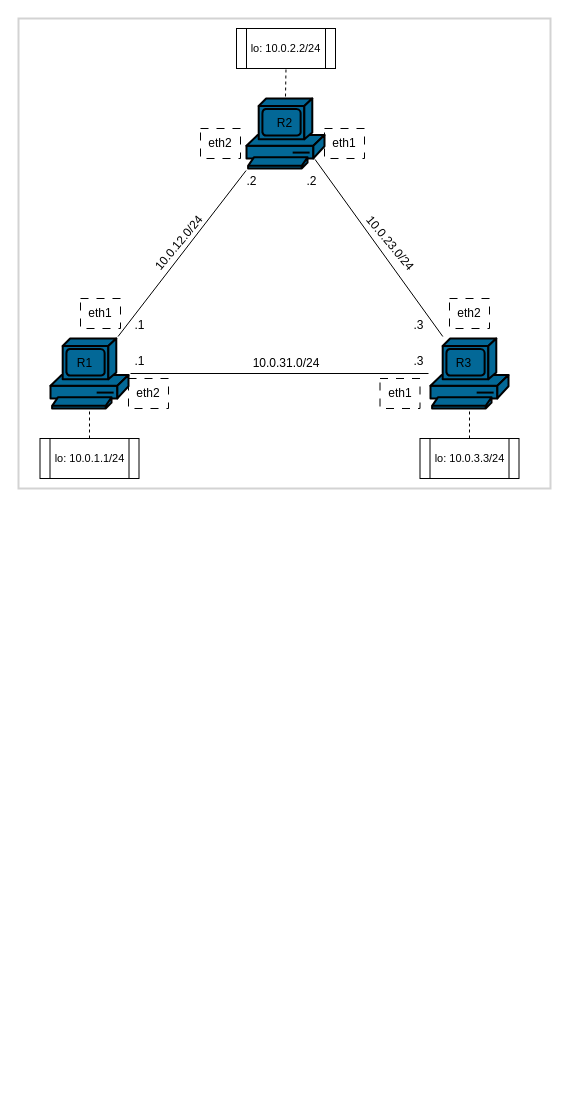
Before: 07_StaticRouting/Attached_materials/07_StaticRouting.drawio in UsamG1t/Nets_ASVK_Labs, a draw.io diagram. Source tidied: cells renumbered, new cells numbered last; positions are measured from the earlier drawing's top-left corner, leaving out a move shared by most shapes. Both pictures are drawn from the tidied source at 100%, with x=0, y=0 at pixel (18, 18).
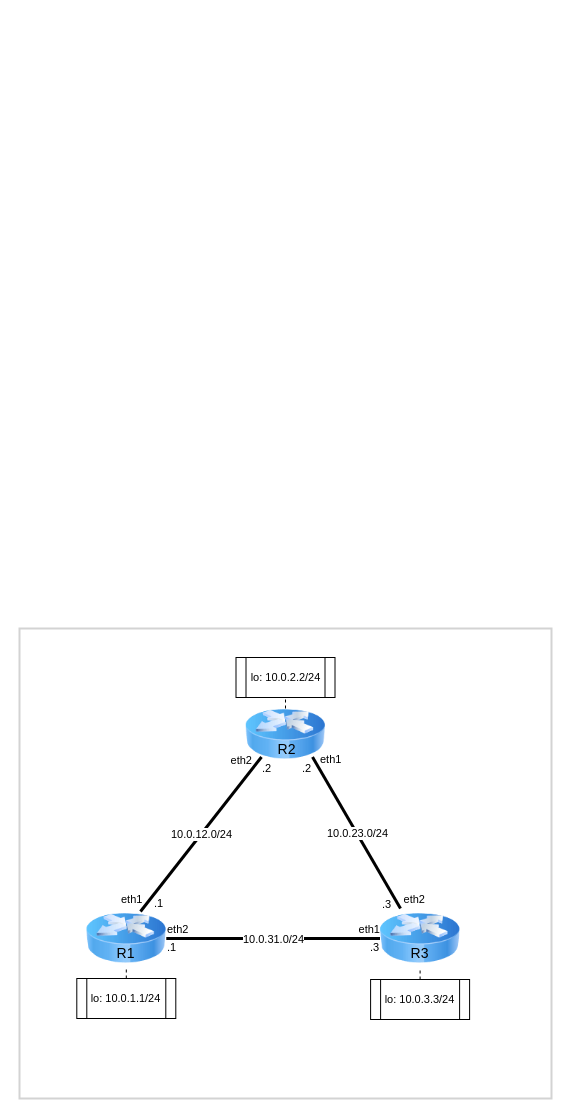
The same diagram, later.

Change to the diagram source:
```diff
@@
-    <mxCell id="2" style="rounded=0;whiteSpace=wrap;html=1;fillColor=#FFFFFF;strokeColor=#d3d3d3;strokeWidth=2;fontColor=#000000;" parent="1" vertex="1">
-      <mxGeometry width="532" height="470" as="geometry" />
-    </mxCell>
-    <mxCell id="3" style="shape=mxgraph.cisco.computers_and_peripherals.pc;html=1;dashed=0;fillColor=#036897;strokeColor=#000000;strokeWidth=2;verticalLabelPosition=bottom;verticalAlign=top;align=center;outlineConnect=0;perimeterSpacing=2;" parent="1" vertex="1">
-      <mxGeometry x="412" y="320" width="78" height="70" as="geometry" />
-    </mxCell>
-    <mxCell id="4" style="shape=mxgraph.cisco.computers_and_peripherals.pc;html=1;dashed=0;fillColor=#036897;strokeColor=#000000;strokeWidth=2;verticalLabelPosition=bottom;verticalAlign=top;align=center;outlineConnect=0;gradientColor=none;shadow=0;perimeterSpacing=2;" parent="1" vertex="1">
-      <mxGeometry x="228" y="80" width="78" height="70" as="geometry" />
-    </mxCell>
-    <mxCell id="5" style="shape=mxgraph.cisco.computers_and_peripherals.pc;html=1;dashed=0;fillColor=#036897;strokeColor=#000000;strokeWidth=2;verticalLabelPosition=bottom;verticalAlign=top;align=center;outlineConnect=0;perimeterSpacing=2;" parent="1" vertex="1">
-      <mxGeometry x="32" y="320" width="78" height="70" as="geometry" />
-    </mxCell>
-    <mxCell id="6" style="endArrow=none;html=1;rounded=0;entryX=0.02;entryY=1;entryDx=0;entryDy=0;entryPerimeter=0;strokeColor=#000000;" parent="1" edge="1" source="5" target="4">
-      <mxGeometry relative="1" as="geometry" />
-    </mxCell>
-    <mxCell id="7" style="endArrow=none;html=1;rounded=0;strokeColor=#000000;" parent="1" edge="1" source="5" target="3">
-      <mxGeometry relative="1" as="geometry" />
-    </mxCell>
-    <mxCell id="8" style="endArrow=none;html=1;rounded=0;entryX=0.86;entryY=0.85;entryDx=0;entryDy=0;entryPerimeter=0;strokeColor=#000000;" parent="1" edge="1" source="3" target="4">
-      <mxGeometry relative="1" as="geometry" />
-    </mxCell>
+    <mxCell id="33" style="rounded=0;whiteSpace=wrap;html=1;fillColor=#FFFFFF;strokeColor=#d3d3d3;strokeWidth=2;fontColor=#000000;" parent="1" vertex="1">
+      <mxGeometry x="1" y="610" width="532" height="470" as="geometry" />
+    </mxCell>
+    <mxCell id="11" value="&lt;font style=&quot;font-size: 11px;&quot;&gt;lo: 10.0.2.2/24&lt;/font&gt;" style="shape=process;whiteSpace=wrap;html=1;backgroundOutline=1;strokeColor=#000000;fontColor=#000000;fillColor=none;" parent="1" vertex="1">
+      <mxGeometry x="217.5" y="639" width="99" height="40" as="geometry" />
+    </mxCell>
     <mxCell id="9" value="&lt;font style=&quot;font-size: 11px;&quot;&gt;lo: 10.0.1.1/24&lt;/font&gt;" style="shape=process;whiteSpace=wrap;html=1;backgroundOutline=1;strokeColor=#000000;fontColor=#000000;fillColor=none;" parent="1" vertex="1">
-      <mxGeometry x="21.5" y="420" width="99" height="40" as="geometry" />
+      <mxGeometry x="58.3" y="960" width="99" height="40" as="geometry" />
     </mxCell>
     <mxCell id="10" value="&lt;font style=&quot;font-size: 11px;&quot;&gt;lo: 10.0.3.3/24&lt;/font&gt;" style="shape=process;whiteSpace=wrap;html=1;backgroundOutline=1;strokeColor=#000000;fontColor=#000000;fillColor=none;" parent="1" vertex="1">
-      <mxGeometry x="401.5" y="420" width="99" height="40" as="geometry" />
+      <mxGeometry x="352.1" y="961" width="99" height="40" as="geometry" />
     </mxCell>
-    <mxCell id="11" value="&lt;font style=&quot;font-size: 11px;&quot;&gt;lo: 10.0.2.2/24&lt;/font&gt;" style="shape=process;whiteSpace=wrap;html=1;backgroundOutline=1;strokeColor=#000000;fontColor=#000000;fillColor=none;" parent="1" vertex="1">
-      <mxGeometry x="218" y="10" width="99" height="40" as="geometry" />
-    </mxCell>
-    <mxCell id="12" style="endArrow=none;dashed=1;html=1;rounded=0;exitX=0.5;exitY=0;exitDx=0;exitDy=0;entryX=0.5;entryY=1;entryDx=0;entryDy=0;entryPerimeter=0;strokeColor=#000000;" parent="1" edge="1" source="10" target="3">
-      <mxGeometry relative="1" as="geometry" />
-    </mxCell>
-    <mxCell id="13" style="endArrow=none;dashed=1;html=1;rounded=0;exitX=0.5;exitY=0;exitDx=0;exitDy=0;entryX=0.5;entryY=1;entryDx=0;entryDy=0;entryPerimeter=0;strokeColor=#000000;" parent="1" edge="1" source="9" target="5">
-      <mxGeometry relative="1" as="geometry" />
-    </mxCell>
-    <mxCell id="14" style="endArrow=none;dashed=1;html=1;rounded=0;exitX=0.5;exitY=0;exitDx=0;exitDy=0;entryX=0.5;entryY=1;entryDx=0;entryDy=0;exitPerimeter=0;strokeColor=#000000;" parent="1" edge="1" source="4" target="11">
-      <mxGeometry relative="1" as="geometry" />
-    </mxCell>
-    <mxCell id="15" value="eth1" style="rounded=0;whiteSpace=wrap;html=1;dashed=1;dashPattern=8 8;strokeColor=#000000;fontColor=#000000;fillColor=none;" parent="1" vertex="1">
-      <mxGeometry x="62" y="280" width="40" height="30" as="geometry" />
-    </mxCell>
-    <mxCell id="16" value="eth1" style="rounded=0;whiteSpace=wrap;html=1;dashed=1;dashPattern=8 8;strokeColor=#000000;fontColor=#000000;fillColor=none;" parent="1" vertex="1">
-      <mxGeometry x="306" y="110" width="40" height="30" as="geometry" />
-    </mxCell>
-    <mxCell id="17" value="eth1" style="rounded=0;whiteSpace=wrap;html=1;dashed=1;dashPattern=8 8;strokeColor=#000000;fontColor=#000000;fillColor=none;" parent="1" vertex="1">
-      <mxGeometry x="361.5" y="360" width="40" height="30" as="geometry" />
-    </mxCell>
-    <mxCell id="18" value="eth2" style="rounded=0;whiteSpace=wrap;html=1;dashed=1;dashPattern=8 8;strokeColor=#000000;fontColor=#000000;fillColor=none;" parent="1" vertex="1">
-      <mxGeometry x="110" y="360" width="40" height="30" as="geometry" />
-    </mxCell>
-    <mxCell id="19" value="eth2" style="rounded=0;whiteSpace=wrap;html=1;dashed=1;dashPattern=8 8;strokeColor=#000000;fontColor=#000000;fillColor=none;" parent="1" vertex="1">
-      <mxGeometry x="182" y="110" width="40" height="30" as="geometry" />
-    </mxCell>
-    <mxCell id="20" value="eth2" style="rounded=0;whiteSpace=wrap;html=1;dashed=1;dashPattern=8 8;strokeColor=#000000;fontColor=#000000;fillColor=none;" parent="1" vertex="1">
-      <mxGeometry x="431" y="280" width="40" height="30" as="geometry" />
-    </mxCell>
-    <mxCell id="21" value="10.0.12.0/24" style="text;html=1;align=center;verticalAlign=middle;whiteSpace=wrap;rounded=0;rotation=-50;strokeColor=none;fontColor=#000000;fillColor=none;" parent="1" vertex="1">
-      <mxGeometry x="120.5" y="210" width="80" height="30" as="geometry" />
-    </mxCell>
-    <mxCell id="22" value="10.0.23.0/24" style="text;html=1;align=center;verticalAlign=middle;whiteSpace=wrap;rounded=0;rotation=50;strokeColor=none;fontColor=#000000;fillColor=none;" parent="1" vertex="1">
-      <mxGeometry x="332" y="210" width="80" height="30" as="geometry" />
-    </mxCell>
-    <mxCell id="23" value="10.0.31.0/24" style="text;html=1;align=center;verticalAlign=middle;whiteSpace=wrap;rounded=0;rotation=0;strokeColor=none;fontColor=#000000;fillColor=none;" parent="1" vertex="1">
-      <mxGeometry x="227.5" y="330" width="80" height="30" as="geometry" />
-    </mxCell>
-    <mxCell id="24" value=".1" style="text;html=1;align=center;verticalAlign=middle;whiteSpace=wrap;rounded=0;rotation=0;strokeColor=none;fontColor=#000000;fillColor=none;" parent="1" vertex="1">
-      <mxGeometry x="110" y="330" width="22.8" height="25.3" as="geometry" />
-    </mxCell>
-    <mxCell id="25" value=".1" style="text;html=1;align=center;verticalAlign=middle;whiteSpace=wrap;rounded=0;rotation=0;strokeColor=none;fontColor=#000000;fillColor=none;" parent="1" vertex="1">
-      <mxGeometry x="110" y="294.7" width="22.8" height="25.3" as="geometry" />
-    </mxCell>
-    <mxCell id="26" value=".2" style="text;html=1;align=center;verticalAlign=middle;whiteSpace=wrap;rounded=0;rotation=0;strokeColor=none;fontColor=#000000;fillColor=none;" parent="1" vertex="1">
-      <mxGeometry x="222" y="150" width="22.8" height="25.3" as="geometry" />
-    </mxCell>
-    <mxCell id="27" value=".2" style="text;html=1;align=center;verticalAlign=middle;whiteSpace=wrap;rounded=0;rotation=0;strokeColor=none;fontColor=#000000;fillColor=none;" parent="1" vertex="1">
-      <mxGeometry x="282" y="150" width="22.8" height="25.3" as="geometry" />
-    </mxCell>
-    <mxCell id="28" value=".3" style="text;html=1;align=center;verticalAlign=middle;whiteSpace=wrap;rounded=0;rotation=0;strokeColor=none;fontColor=#000000;fillColor=none;" parent="1" vertex="1">
-      <mxGeometry x="389.2" y="330" width="22.8" height="25.3" as="geometry" />
-    </mxCell>
-    <mxCell id="29" value=".3" style="text;html=1;align=center;verticalAlign=middle;whiteSpace=wrap;rounded=0;rotation=0;strokeColor=none;fontColor=#000000;fillColor=none;" parent="1" vertex="1">
-      <mxGeometry x="389.2" y="294.7" width="22.8" height="25.3" as="geometry" />
-    </mxCell>
+    <mxCell id="34" style="image;html=1;image=img/lib/clip_art/networking/Router_Icon_128x128.png;" parent="1" vertex="1">
+      <mxGeometry x="227" y="676" width="80" height="80" as="geometry" />
+    </mxCell>
+    <mxCell id="35" style="image;html=1;image=img/lib/clip_art/networking/Router_Icon_128x128.png;" parent="1" vertex="1">
+      <mxGeometry x="67.8" y="880" width="80" height="80" as="geometry" />
+    </mxCell>
+    <mxCell id="36" style="image;html=1;image=img/lib/clip_art/networking/Router_Icon_128x128.png;" parent="1" vertex="1">
+      <mxGeometry x="361.5" y="880" width="80" height="80" as="geometry" />
+    </mxCell>
-    <mxCell id="30" value="R1" style="text;html=1;align=center;verticalAlign=middle;whiteSpace=wrap;rounded=0;" parent="1" vertex="1">
-      <mxGeometry x="41" y="330" width="51" height="30" as="geometry" />
+    <mxCell id="30" value="&lt;font style=&quot;font-size: 14px;&quot;&gt;R1&lt;/font&gt;" style="text;html=1;align=center;verticalAlign=middle;whiteSpace=wrap;rounded=0;" parent="1" vertex="1">
+      <mxGeometry x="82.3" y="920" width="51" height="30" as="geometry" />
     </mxCell>
-    <mxCell id="31" value="R2" style="text;html=1;align=center;verticalAlign=middle;whiteSpace=wrap;rounded=0;" parent="1" vertex="1">
-      <mxGeometry x="240.5" y="90" width="51" height="30" as="geometry" />
+    <mxCell id="31" value="&lt;font style=&quot;font-size: 14px;&quot;&gt;R2&lt;/font&gt;" style="text;html=1;align=center;verticalAlign=middle;whiteSpace=wrap;rounded=0;" parent="1" vertex="1">
+      <mxGeometry x="243" y="716" width="51" height="30" as="geometry" />
     </mxCell>
-    <mxCell id="32" value="R3" style="text;html=1;align=center;verticalAlign=middle;whiteSpace=wrap;rounded=0;" parent="1" vertex="1">
-      <mxGeometry x="420" y="330" width="51" height="30" as="geometry" />
+    <mxCell id="32" value="&lt;font style=&quot;font-size: 14px;&quot;&gt;R3&lt;/font&gt;" style="text;html=1;align=center;verticalAlign=middle;whiteSpace=wrap;rounded=0;" parent="1" vertex="1">
+      <mxGeometry x="376.1" y="920" width="51" height="30" as="geometry" />
     </mxCell>
+    <mxCell id="37" style="endArrow=none;html=1;rounded=0;strokeWidth=3;strokeColor=#000000;endFill=0;exitX=0.677;exitY=0.125;exitDx=0;exitDy=0;exitPerimeter=0;entryX=0;entryY=0.75;entryDx=0;entryDy=0;" parent="1" edge="1" target="31">
+      <mxGeometry relative="1" as="geometry">
+        <mxPoint x="122" y="893" as="sourcePoint" />
+      </mxGeometry>
+    </mxCell>
+    <mxCell id="21" value="10.0.12.0/24" style="edgeLabel;html=1;align=center;verticalAlign=middle;" parent="37" vertex="1">
+      <mxGeometry relative="1" as="geometry" />
+    </mxCell>
+    <mxCell id="38" value="eth1" style="edgeLabel;html=1;align=left;verticalAlign=bottom;rotation=0;" parent="37" vertex="1">
+      <mxGeometry x="-1" relative="1" as="geometry">
+        <mxPoint x="-21" y="-4" as="offset" />
+      </mxGeometry>
+    </mxCell>
+    <mxCell id="39" value="eth2" style="edgeLabel;html=1;align=right;verticalAlign=bottom;" parent="37" vertex="1">
+      <mxGeometry x="1" relative="1" as="geometry">
+        <mxPoint x="-9" y="11" as="offset" />
+      </mxGeometry>
+    </mxCell>
+    <mxCell id="40" style="endArrow=none;html=1;rounded=0;strokeWidth=3;strokeColor=#000000;endFill=0;exitX=1;exitY=0.5;exitDx=0;exitDy=0;entryX=0;entryY=0.5;entryDx=0;entryDy=0;" parent="1" edge="1" source="35" target="36">
+      <mxGeometry relative="1" as="geometry" />
+    </mxCell>
+    <mxCell id="23" value="10.0.31.0/24" style="edgeLabel;html=1;align=center;verticalAlign=middle;" parent="40" vertex="1">
+      <mxGeometry relative="1" as="geometry" />
+    </mxCell>
+    <mxCell id="41" value="eth2" style="edgeLabel;html=1;align=left;verticalAlign=bottom;rotation=0;" parent="40" vertex="1">
+      <mxGeometry x="-1" relative="1" as="geometry">
+        <mxPoint x="-1" y="-1" as="offset" />
+      </mxGeometry>
+    </mxCell>
+    <mxCell id="42" value="eth1" style="edgeLabel;html=1;align=right;verticalAlign=bottom;" parent="40" vertex="1">
+      <mxGeometry x="1" relative="1" as="geometry">
+        <mxPoint y="-1" as="offset" />
+      </mxGeometry>
+    </mxCell>
+    <mxCell id="43" style="endArrow=none;html=1;rounded=0;strokeWidth=3;strokeColor=#000000;endFill=0;exitX=1;exitY=0.75;exitDx=0;exitDy=0;" parent="1" edge="1" source="31">
+      <mxGeometry relative="1" as="geometry">
+        <mxPoint x="382" y="890" as="targetPoint" />
+      </mxGeometry>
+    </mxCell>
+    <mxCell id="22" value="10.0.23.0/24" style="edgeLabel;html=1;align=center;verticalAlign=middle;" parent="43" vertex="1">
+      <mxGeometry relative="1" as="geometry" />
+    </mxCell>
+    <mxCell id="44" value="eth1" style="edgeLabel;html=1;align=left;verticalAlign=bottom;rotation=0;" parent="43" vertex="1">
+      <mxGeometry x="-1" relative="1" as="geometry">
+        <mxPoint x="6" y="10" as="offset" />
+      </mxGeometry>
+    </mxCell>
+    <mxCell id="45" value="eth2" style="edgeLabel;html=1;align=right;verticalAlign=bottom;" parent="43" vertex="1">
+      <mxGeometry x="1" relative="1" as="geometry">
+        <mxPoint x="25" y="-1" as="offset" />
+      </mxGeometry>
+    </mxCell>
+    <mxCell id="46" style="endArrow=none;dashed=1;html=1;rounded=0;strokeColor=#000000;exitX=0.5;exitY=1;exitDx=0;exitDy=0;entryX=0.5;entryY=1;entryDx=0;entryDy=0;" parent="1" edge="1" source="35" target="30">
+      <mxGeometry relative="1" as="geometry" />
+    </mxCell>
+    <mxCell id="47" style="endArrow=none;dashed=1;html=1;rounded=0;strokeColor=#000000;exitX=0.5;exitY=0;exitDx=0;exitDy=0;entryX=0.5;entryY=1;entryDx=0;entryDy=0;" parent="1" edge="1" source="10" target="32">
+      <mxGeometry relative="1" as="geometry" />
+    </mxCell>
+    <mxCell id="48" style="endArrow=none;dashed=1;html=1;rounded=0;strokeColor=#000000;entryX=0.5;entryY=1;entryDx=0;entryDy=0;exitX=0.5;exitY=0.175;exitDx=0;exitDy=0;exitPerimeter=0;" parent="1" edge="1" source="34" target="11">
+      <mxGeometry relative="1" as="geometry" />
+    </mxCell>
+    <mxCell id="49" value=".1" style="edgeLabel;html=1;align=left;verticalAlign=bottom;rotation=0;" parent="1" vertex="1">
+      <mxGeometry x="147" y="937" as="geometry" />
+    </mxCell>
+    <mxCell id="50" value=".3" style="edgeLabel;html=1;align=left;verticalAlign=bottom;rotation=0;" parent="1" vertex="1">
+      <mxGeometry x="350" y="937" as="geometry" />
+    </mxCell>
+    <mxCell id="51" value=".3" style="edgeLabel;html=1;align=left;verticalAlign=bottom;rotation=0;" parent="1" vertex="1">
+      <mxGeometry x="362" y="894" as="geometry" />
+    </mxCell>
+    <mxCell id="52" value=".2" style="edgeLabel;html=1;align=left;verticalAlign=bottom;rotation=0;" parent="1" vertex="1">
+      <mxGeometry x="282" y="758" as="geometry" />
+    </mxCell>
+    <mxCell id="53" value=".2" style="edgeLabel;html=1;align=left;verticalAlign=bottom;rotation=0;" parent="1" vertex="1">
+      <mxGeometry x="242" y="758" as="geometry" />
+    </mxCell>
+    <mxCell id="54" value=".1" style="edgeLabel;html=1;align=left;verticalAlign=bottom;rotation=0;" parent="1" vertex="1">
+      <mxGeometry x="134" y="893" as="geometry" />
+    </mxCell>
```
